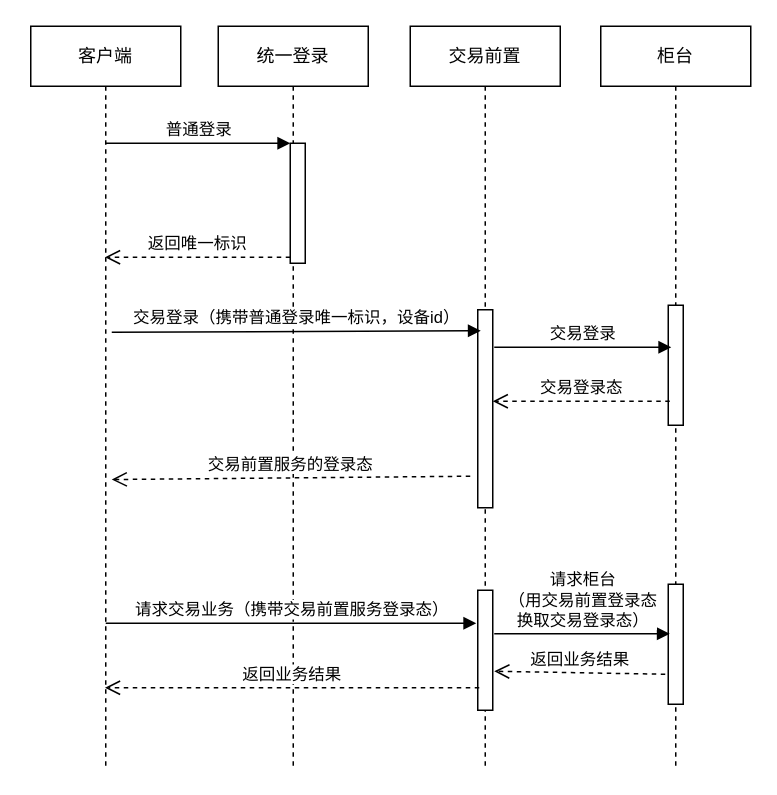
The draw.io diagram login.drawio in WindRain20140210/files-ArchitectureDiagram, before the edit. Source tidied: cells renumbered, new cells numbered last; positions are measured from the earlier drawing's top-left corner, leaving out a move shared by most shapes. Both pictures are drawn from the tidied source at 150%, with x=0, y=0 at pixel (30, 26).
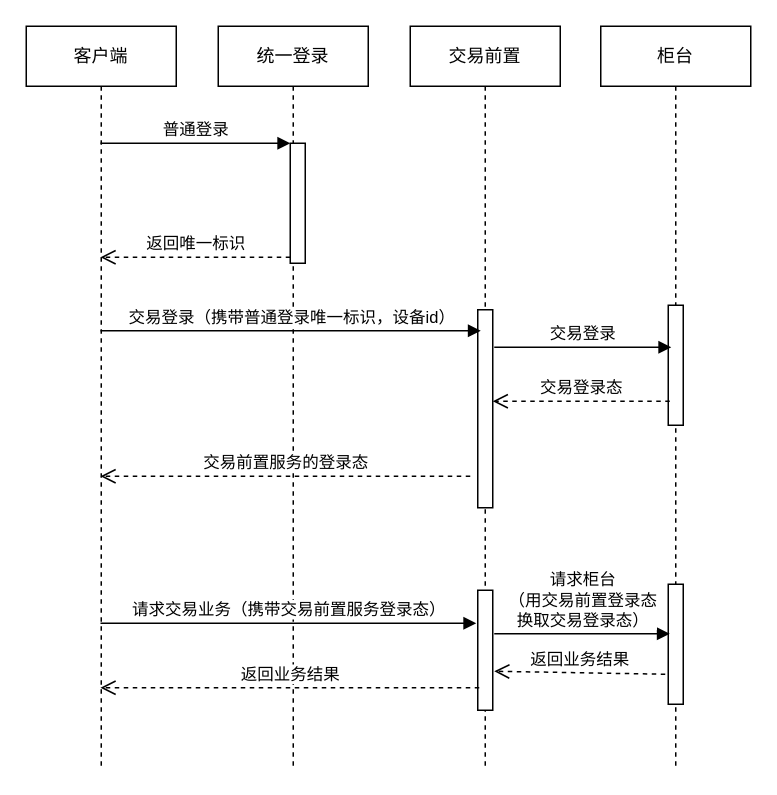
Above is the later version.

The change refers to these unchanged cells:
```xml
<mxCell id="6" style="html=1;points=[];perimeter=orthogonalPerimeter;" parent="5" vertex="1">
  <mxGeometry x="45" y="189" width="10" height="132" as="geometry" />
</mxCell>
```

Change to the diagram source:
```diff
@@
     <mxCell id="2" value="客户端" style="shape=umlLifeline;perimeter=lifelinePerimeter;whiteSpace=wrap;html=1;outlineConnect=0;" parent="1" vertex="1">
-      <mxGeometry width="100" height="493" as="geometry" />
+      <mxGeometry x="-3" width="100" height="493" as="geometry" />
     </mxCell>
@@
-    <mxCell id="13" value="交易登录（携带普通登录唯一标识，设备id）" style="html=1;verticalAlign=bottom;endArrow=block;entryX=0.2;entryY=0.106;entryDx=0;entryDy=0;entryPerimeter=0;" parent="1" edge="1" target="6">
-      <mxGeometry relative="1" as="geometry">
-        <mxPoint x="54" y="204" as="sourcePoint" />
-      </mxGeometry>
+    <mxCell id="13" value="交易登录（携带普通登录唯一标识，设备id）" style="html=1;verticalAlign=bottom;endArrow=block;entryX=0.2;entryY=0.106;entryDx=0;entryDy=0;entryPerimeter=0;" parent="1" edge="1" source="2" target="6">
+      <mxGeometry relative="1" as="geometry" />
     </mxCell>
@@
-    <mxCell id="16" value="交易前置服务的登录态" style="html=1;verticalAlign=bottom;endArrow=open;dashed=1;endSize=8;entryX=0.54;entryY=0.613;entryDx=0;entryDy=0;entryPerimeter=0;" parent="1" edge="1" target="2">
+    <mxCell id="16" value="交易前置服务的登录态" style="html=1;verticalAlign=bottom;endArrow=open;dashed=1;endSize=8;" parent="1" edge="1" target="2">
       <mxGeometry relative="1" as="geometry">
         <mxPoint x="293" y="300" as="sourcePoint" />
       </mxGeometry>
     </mxCell>
-    <mxCell id="17" value="请求交易业务（携带交易前置服务登录态）" style="html=1;verticalAlign=bottom;endArrow=block;" parent="1" edge="1">
+    <mxCell id="17" value="请求交易业务（携带交易前置服务登录态）" style="html=1;verticalAlign=bottom;endArrow=block;" parent="1" edge="1" source="2">
       <mxGeometry relative="1" as="geometry">
-        <mxPoint x="50" y="398" as="sourcePoint" />
         <mxPoint x="297" y="398" as="targetPoint" />
       </mxGeometry>
     </mxCell>
```
